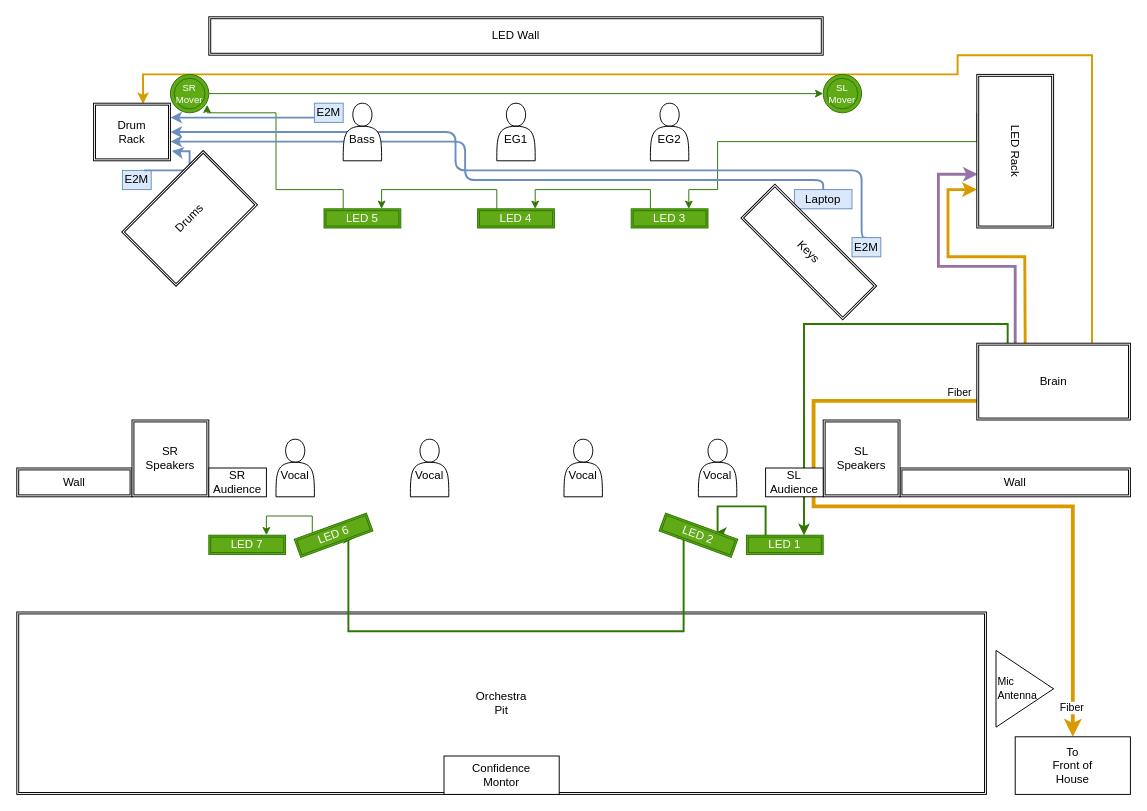
The draw.io diagram Love Church Stage.drawio in LoveChurchProduction/diagrams, before the edit. Source tidied: cells renumbered, new cells numbered last; positions are measured from the earlier drawing's top-left corner, leaving out a move shared by most shapes. Both pictures are drawn from the tidied source at 96%, with x=0, y=0 at pixel (16, 16).
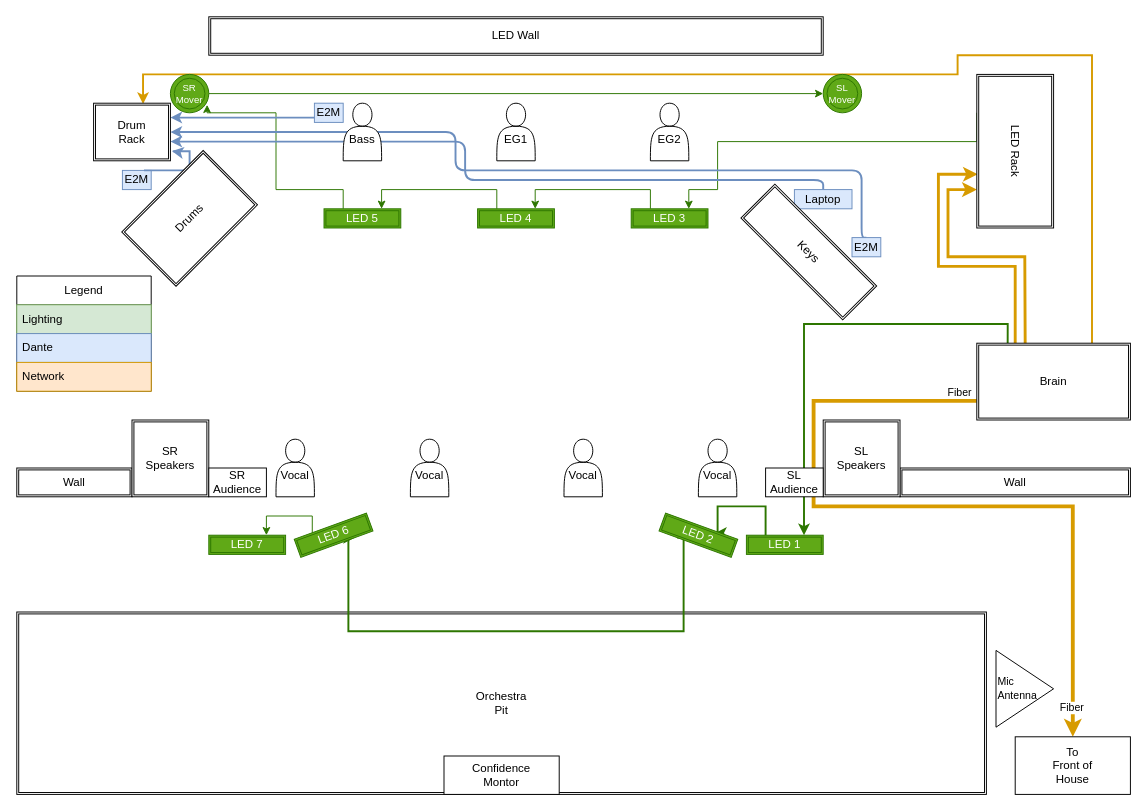
After the change.

Commit message (it also covers changes not shown here):
Added color legend

The change refers to these unchanged cells:
```xml
<mxCell id="39" value="LED Rack" style="shape=ext;double=1;rounded=0;whiteSpace=wrap;html=1;rotation=90;" parent="32" vertex="1">
  <mxGeometry x="960" y="100" width="160" height="80" as="geometry" />
</mxCell>
<mxCell id="40" value="Brain" style="shape=ext;double=1;rounded=0;whiteSpace=wrap;html=1;rotation=0;" parent="32" vertex="1">
  <mxGeometry x="1000" y="340" width="160" height="80" as="geometry" />
</mxCell>
```

Change to the diagram source:
```diff
@@
-    <mxCell id="6" style="edgeStyle=none;html=1;exitX=0.25;exitY=0;exitDx=0;exitDy=0;entryX=0.65;entryY=0.987;entryDx=0;entryDy=0;entryPerimeter=0;rounded=0;curved=0;jumpStyle=sharp;fillColor=#e1d5e7;strokeColor=#9673a6;strokeWidth=3;" parent="5" edge="1" source="40" target="39">
+    <mxCell id="6" style="edgeStyle=none;html=1;exitX=0.25;exitY=0;exitDx=0;exitDy=0;entryX=0.65;entryY=0.987;entryDx=0;entryDy=0;entryPerimeter=0;rounded=0;curved=0;jumpStyle=sharp;fillColor=#ffe6cc;strokeColor=#d79b00;strokeWidth=3;" parent="5" edge="1" source="40" target="39">
       <mxGeometry relative="1" as="geometry">
         <Array as="points">
           <mxPoint x="1040" y="260" />
           <mxPoint x="960" y="260" />
           <mxPoint x="960" y="164" />
         </Array>
       </mxGeometry>
     </mxCell>
@@
+    <mxCell id="63" value="Legend" style="swimlane;fontStyle=0;horizontal=1;startSize=30;whiteSpace=wrap;html=1;" parent="12" vertex="1">
+      <mxGeometry y="270" width="140" height="120" as="geometry" />
+    </mxCell>
+    <mxCell id="64" value="Lighting" style="text;strokeColor=#82b366;fillColor=#d5e8d4;align=left;verticalAlign=middle;spacingLeft=4;spacingRight=4;overflow=hidden;whiteSpace=wrap;html=1;" parent="63" vertex="1">
+      <mxGeometry y="30" width="140" height="30" as="geometry" />
+    </mxCell>
+    <mxCell id="65" value="Dante" style="text;strokeColor=#6c8ebf;fillColor=#dae8fc;align=left;verticalAlign=middle;spacingLeft=4;spacingRight=4;overflow=hidden;whiteSpace=wrap;html=1;" parent="63" vertex="1">
+      <mxGeometry y="60" width="140" height="30" as="geometry" />
+    </mxCell>
+    <mxCell id="66" value="Network" style="text;strokeColor=#d79b00;fillColor=#ffe6cc;align=left;verticalAlign=middle;spacingLeft=4;spacingRight=4;overflow=hidden;whiteSpace=wrap;html=1;" parent="63" vertex="1">
+      <mxGeometry y="90" width="140" height="30" as="geometry" />
+    </mxCell>
```
